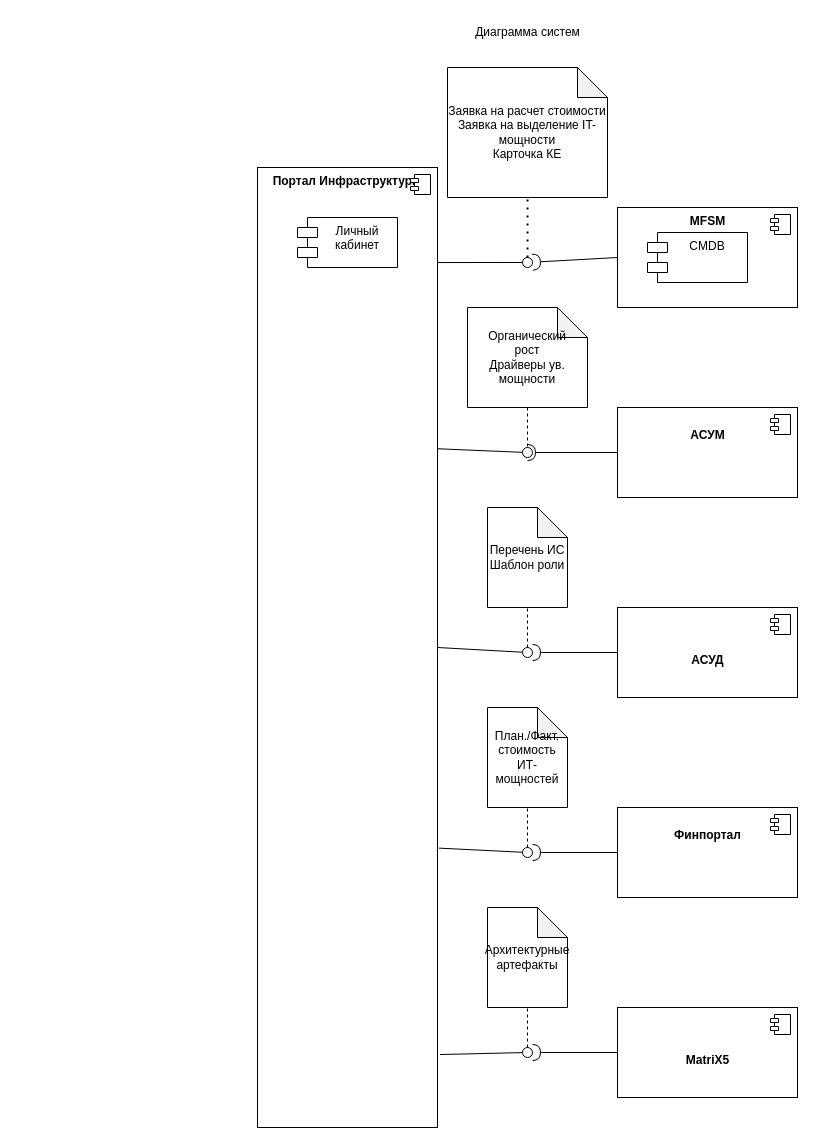
Before: Component.drawio in Tonop/X5, a draw.io diagram. Source tidied: cells renumbered, new cells numbered last; positions are measured from the earlier drawing's top-left corner, leaving out a move shared by most shapes. Both pictures are drawn from the tidied source at 100%, with x=0, y=0 at pixel (257, 17).
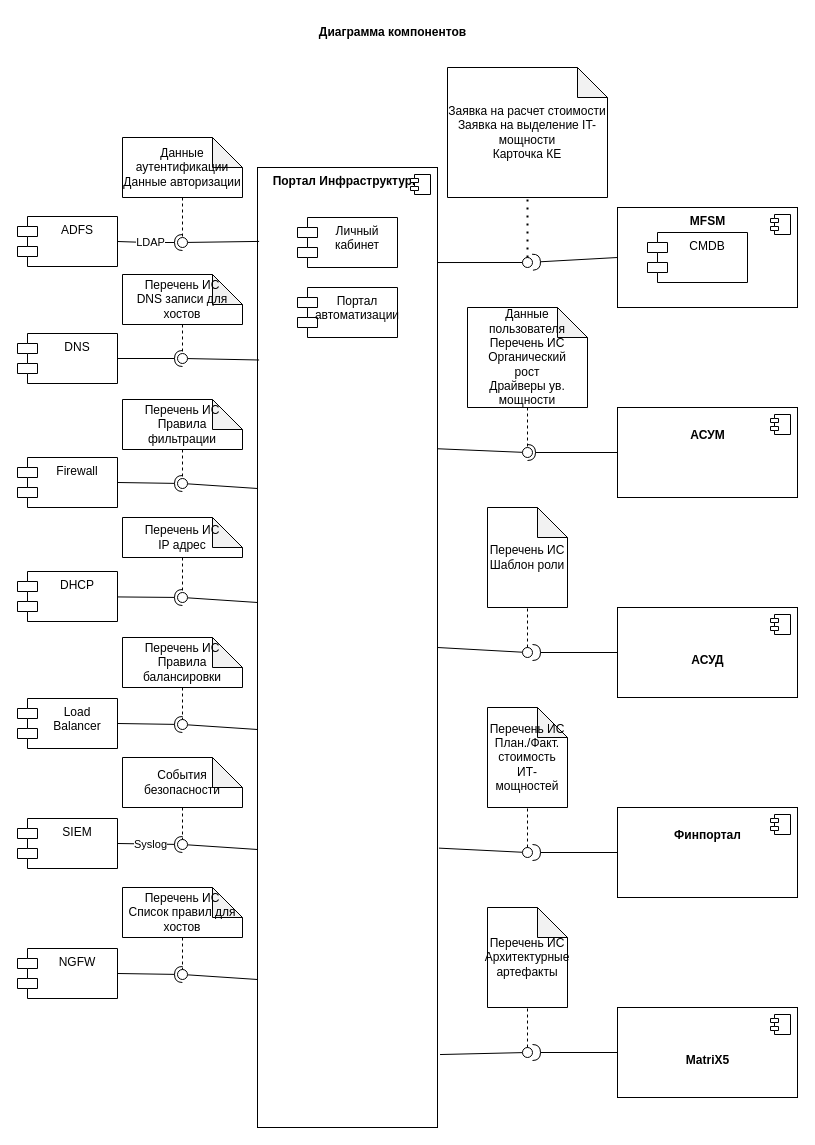
The same page after the edit.

Unchanged cells that the change refers to:
```xml
<mxCell id="2" value="&lt;b&gt;Портал Инфраструктуры&lt;br&gt;&lt;/b&gt;" style="html=1;labelPosition=center;verticalLabelPosition=middle;align=center;verticalAlign=top;" parent="1" vertex="1">
  <mxGeometry y="150" width="180" height="960" as="geometry" />
</mxCell>
```

The edit, as a diff of the source:
```diff
@@
-    <mxCell id="18" value="Органический&lt;br&gt;рост&lt;br&gt;Драйверы ув.&lt;br&gt;мощности" style="shape=note;whiteSpace=wrap;html=1;backgroundOutline=1;darkOpacity=0.05;" parent="1" vertex="1">
+    <mxCell id="18" value="Данные пользователя&lt;br&gt;Перечень ИС&lt;br&gt;Органический&lt;br&gt;рост&lt;br&gt;Драйверы ув.&lt;br&gt;мощности" style="shape=note;whiteSpace=wrap;html=1;backgroundOutline=1;darkOpacity=0.05;" parent="1" vertex="1">
       <mxGeometry x="210" y="290" width="120" height="100" as="geometry" />
     </mxCell>
@@
-    <mxCell id="32" value="План./Факт.&lt;br&gt;стоимость ИТ-мощностей" style="shape=note;whiteSpace=wrap;html=1;backgroundOutline=1;darkOpacity=0.05;" parent="1" vertex="1">
+    <mxCell id="32" value="Перечень ИС&lt;br&gt;План./Факт.&lt;br&gt;стоимость ИТ-мощностей" style="shape=note;whiteSpace=wrap;html=1;backgroundOutline=1;darkOpacity=0.05;" parent="1" vertex="1">
       <mxGeometry x="230" y="690" width="80" height="100" as="geometry" />
     </mxCell>
@@
-    <mxCell id="39" value="Архитектурные артефакты" style="shape=note;whiteSpace=wrap;html=1;backgroundOutline=1;darkOpacity=0.05;" parent="1" vertex="1">
+    <mxCell id="39" value="Перечень ИС&lt;br&gt;Архитектурные артефакты" style="shape=note;whiteSpace=wrap;html=1;backgroundOutline=1;darkOpacity=0.05;" parent="1" vertex="1">
       <mxGeometry x="230" y="890" width="80" height="100" as="geometry" />
     </mxCell>
@@
-    <mxCell id="41" value="Диаграмма систем" style="text;html=1;align=center;verticalAlign=middle;fillColor=none;strokeColor=none;rounded=0;" parent="1" vertex="1">
-      <mxGeometry x="205" width="130" height="30" as="geometry" />
+    <mxCell id="41" value="&lt;b&gt;Диаграмма компонентов&lt;/b&gt;" style="text;html=1;align=center;verticalAlign=middle;fillColor=none;strokeColor=none;rounded=0;" parent="1" vertex="1">
+      <mxGeometry x="50" width="170" height="30" as="geometry" />
     </mxCell>
+    <mxCell id="42" value="Портал &#10;автоматизации" style="shape=module;align=left;spacingLeft=20;align=center;verticalAlign=top;" parent="1" vertex="1">
+      <mxGeometry x="40" y="270" width="100" height="50" as="geometry" />
+    </mxCell>
+    <mxCell id="43" value="ADFS" style="shape=module;align=left;spacingLeft=20;align=center;verticalAlign=top;" parent="1" vertex="1">
+      <mxGeometry x="-240" y="199" width="100" height="50" as="geometry" />
+    </mxCell>
+    <mxCell id="44" style="rounded=0;jettySize=auto;html=1;endArrow=none;endFill=0;sketch=0;sourcePerimeterSpacing=0;targetPerimeterSpacing=0;exitX=0.009;exitY=0.077;exitDx=0;exitDy=0;exitPerimeter=0;" parent="1" edge="1" source="2" target="46">
+      <mxGeometry relative="1" as="geometry" />
+    </mxCell>
+    <mxCell id="45" value="LDAP" style="rounded=0;jettySize=auto;html=1;endArrow=halfCircle;endFill=0;entryX=0.5;entryY=0.5;endSize=6;strokeWidth=1;sketch=0;exitX=1;exitY=0.5;exitDx=0;exitDy=0;" parent="1" edge="1" source="43" target="46">
+      <mxGeometry relative="1" as="geometry">
+        <Array as="points">
+          <mxPoint x="-110" y="225" />
+        </Array>
+      </mxGeometry>
+    </mxCell>
+    <mxCell id="46" style="ellipse;whiteSpace=wrap;html=1;align=center;points=[];outlineConnect=0;sketch=0;" parent="1" vertex="1">
+      <mxGeometry x="-80" y="220" width="10" height="10" as="geometry" />
+    </mxCell>
+    <mxCell id="47" value="Данные аутентификации&lt;br&gt;Данные авторизации" style="shape=note;whiteSpace=wrap;html=1;backgroundOutline=1;darkOpacity=0.05;" parent="1" vertex="1">
+      <mxGeometry x="-135" y="120" width="120" height="60" as="geometry" />
+    </mxCell>
+    <mxCell id="48" style="endArrow=none;dashed=1;html=1;rounded=0;exitX=0.5;exitY=1;exitDx=0;exitDy=0;exitPerimeter=0;" parent="1" edge="1" source="47" target="46">
+      <mxGeometry relative="1" as="geometry" />
+    </mxCell>
+    <mxCell id="49" value="DNS" style="shape=module;align=left;spacingLeft=20;align=center;verticalAlign=top;" parent="1" vertex="1">
+      <mxGeometry x="-240" y="316" width="100" height="50" as="geometry" />
+    </mxCell>
+    <mxCell id="50" style="rounded=0;jettySize=auto;html=1;endArrow=none;endFill=0;sketch=0;sourcePerimeterSpacing=0;targetPerimeterSpacing=0;exitX=0.009;exitY=0.288;exitDx=0;exitDy=0;exitPerimeter=0;" parent="1" edge="1" target="52">
+      <mxGeometry relative="1" as="geometry">
+        <mxPoint x="1.6" y="342.5" as="sourcePoint" />
+      </mxGeometry>
+    </mxCell>
+    <mxCell id="51" style="rounded=0;jettySize=auto;html=1;endArrow=halfCircle;endFill=0;entryX=0.5;entryY=0.5;endSize=6;strokeWidth=1;sketch=0;exitX=1;exitY=0.5;exitDx=0;exitDy=0;" parent="1" edge="1" source="49" target="52">
+      <mxGeometry relative="1" as="geometry" />
+    </mxCell>
+    <mxCell id="52" style="ellipse;whiteSpace=wrap;html=1;align=center;points=[];outlineConnect=0;sketch=0;" parent="1" vertex="1">
+      <mxGeometry x="-80" y="336" width="10" height="10" as="geometry" />
+    </mxCell>
+    <mxCell id="53" value="Перечень ИС&lt;br&gt;DNS записи для хостов" style="shape=note;whiteSpace=wrap;html=1;backgroundOutline=1;darkOpacity=0.05;" parent="1" vertex="1">
+      <mxGeometry x="-135" y="257" width="120" height="50" as="geometry" />
+    </mxCell>
+    <mxCell id="54" style="endArrow=none;dashed=1;html=1;rounded=0;exitX=0.5;exitY=1;exitDx=0;exitDy=0;exitPerimeter=0;" parent="1" edge="1" source="53" target="52">
+      <mxGeometry relative="1" as="geometry" />
+    </mxCell>
+    <mxCell id="55" value="Firewall" style="shape=module;align=left;spacingLeft=20;align=center;verticalAlign=top;" parent="1" vertex="1">
+      <mxGeometry x="-240" y="440" width="100" height="50" as="geometry" />
+    </mxCell>
+    <mxCell id="56" style="rounded=0;jettySize=auto;html=1;endArrow=none;endFill=0;sketch=0;sourcePerimeterSpacing=0;targetPerimeterSpacing=0;exitX=0;exitY=0.5;exitDx=0;exitDy=0;" parent="1" edge="1" target="58">
+      <mxGeometry relative="1" as="geometry">
+        <mxPoint y="471" as="sourcePoint" />
+      </mxGeometry>
+    </mxCell>
+    <mxCell id="57" style="rounded=0;jettySize=auto;html=1;endArrow=halfCircle;endFill=0;entryX=0.5;entryY=0.5;endSize=6;strokeWidth=1;sketch=0;exitX=1;exitY=0.5;exitDx=0;exitDy=0;" parent="1" edge="1" source="55" target="58">
+      <mxGeometry relative="1" as="geometry" />
+    </mxCell>
+    <mxCell id="58" style="ellipse;whiteSpace=wrap;html=1;align=center;points=[];outlineConnect=0;sketch=0;" parent="1" vertex="1">
+      <mxGeometry x="-80" y="461" width="10" height="10" as="geometry" />
+    </mxCell>
+    <mxCell id="59" value="Перечень ИС&lt;br&gt;Правила фильтрации&lt;br&gt;" style="shape=note;whiteSpace=wrap;html=1;backgroundOutline=1;darkOpacity=0.05;" parent="1" vertex="1">
+      <mxGeometry x="-135" y="382" width="120" height="50" as="geometry" />
+    </mxCell>
+    <mxCell id="60" style="endArrow=none;dashed=1;html=1;rounded=0;exitX=0.5;exitY=1;exitDx=0;exitDy=0;exitPerimeter=0;" parent="1" edge="1" source="59" target="58">
+      <mxGeometry relative="1" as="geometry" />
+    </mxCell>
+    <mxCell id="61" value="DHCP" style="shape=module;align=left;spacingLeft=20;align=center;verticalAlign=top;" parent="1" vertex="1">
+      <mxGeometry x="-240" y="554" width="100" height="50" as="geometry" />
+    </mxCell>
+    <mxCell id="62" style="rounded=0;jettySize=auto;html=1;endArrow=none;endFill=0;sketch=0;sourcePerimeterSpacing=0;targetPerimeterSpacing=0;exitX=0;exitY=0.5;exitDx=0;exitDy=0;" parent="1" edge="1" target="64">
+      <mxGeometry relative="1" as="geometry">
+        <mxPoint y="585" as="sourcePoint" />
+      </mxGeometry>
+    </mxCell>
+    <mxCell id="63" style="rounded=0;jettySize=auto;html=1;endArrow=halfCircle;endFill=0;entryX=0.5;entryY=0.5;endSize=6;strokeWidth=1;sketch=0;" parent="1" edge="1" source="61" target="64">
+      <mxGeometry relative="1" as="geometry" />
+    </mxCell>
+    <mxCell id="64" style="ellipse;whiteSpace=wrap;html=1;align=center;points=[];outlineConnect=0;sketch=0;" parent="1" vertex="1">
+      <mxGeometry x="-80" y="575" width="10" height="10" as="geometry" />
+    </mxCell>
+    <mxCell id="65" value="Перечень ИС&lt;br&gt;IP адрес" style="shape=note;whiteSpace=wrap;html=1;backgroundOutline=1;darkOpacity=0.05;" parent="1" vertex="1">
+      <mxGeometry x="-135" y="500" width="120" height="40" as="geometry" />
+    </mxCell>
+    <mxCell id="66" style="endArrow=none;dashed=1;html=1;rounded=0;exitX=0.5;exitY=1;exitDx=0;exitDy=0;exitPerimeter=0;" parent="1" edge="1" source="65" target="64">
+      <mxGeometry relative="1" as="geometry" />
+    </mxCell>
+    <mxCell id="67" value="Load &#10;Balancer" style="shape=module;align=left;spacingLeft=20;align=center;verticalAlign=top;" parent="1" vertex="1">
+      <mxGeometry x="-240" y="681" width="100" height="50" as="geometry" />
+    </mxCell>
+    <mxCell id="68" style="rounded=0;jettySize=auto;html=1;endArrow=none;endFill=0;sketch=0;sourcePerimeterSpacing=0;targetPerimeterSpacing=0;exitX=0;exitY=0.5;exitDx=0;exitDy=0;" parent="1" edge="1" target="70">
+      <mxGeometry relative="1" as="geometry">
+        <mxPoint y="712" as="sourcePoint" />
+      </mxGeometry>
+    </mxCell>
+    <mxCell id="69" style="rounded=0;jettySize=auto;html=1;endArrow=halfCircle;endFill=0;entryX=0.5;entryY=0.5;endSize=6;strokeWidth=1;sketch=0;exitX=1;exitY=0.5;exitDx=0;exitDy=0;" parent="1" edge="1" source="67" target="70">
+      <mxGeometry relative="1" as="geometry" />
+    </mxCell>
+    <mxCell id="70" style="ellipse;whiteSpace=wrap;html=1;align=center;points=[];outlineConnect=0;sketch=0;" parent="1" vertex="1">
+      <mxGeometry x="-80" y="702" width="10" height="10" as="geometry" />
+    </mxCell>
+    <mxCell id="71" value="Перечень ИС&lt;br&gt;Правила балансировки" style="shape=note;whiteSpace=wrap;html=1;backgroundOutline=1;darkOpacity=0.05;" parent="1" vertex="1">
+      <mxGeometry x="-135" y="620" width="120" height="50" as="geometry" />
+    </mxCell>
+    <mxCell id="72" style="endArrow=none;dashed=1;html=1;rounded=0;exitX=0.5;exitY=1;exitDx=0;exitDy=0;exitPerimeter=0;" parent="1" edge="1" source="71" target="70">
+      <mxGeometry relative="1" as="geometry" />
+    </mxCell>
+    <mxCell id="73" value="SIEM" style="shape=module;align=left;spacingLeft=20;align=center;verticalAlign=top;" parent="1" vertex="1">
+      <mxGeometry x="-240" y="801" width="100" height="50" as="geometry" />
+    </mxCell>
+    <mxCell id="74" style="rounded=0;jettySize=auto;html=1;endArrow=none;endFill=0;sketch=0;sourcePerimeterSpacing=0;targetPerimeterSpacing=0;exitX=0;exitY=0.5;exitDx=0;exitDy=0;" parent="1" edge="1" target="76">
+      <mxGeometry relative="1" as="geometry">
+        <mxPoint y="832" as="sourcePoint" />
+      </mxGeometry>
+    </mxCell>
+    <mxCell id="75" value="Syslog" style="rounded=0;jettySize=auto;html=1;endArrow=halfCircle;endFill=0;entryX=0.5;entryY=0.5;endSize=6;strokeWidth=1;sketch=0;exitX=1;exitY=0.5;exitDx=0;exitDy=0;" parent="1" edge="1" source="73" target="76">
+      <mxGeometry relative="1" as="geometry" />
+    </mxCell>
+    <mxCell id="76" style="ellipse;whiteSpace=wrap;html=1;align=center;points=[];outlineConnect=0;sketch=0;" parent="1" vertex="1">
+      <mxGeometry x="-80" y="822" width="10" height="10" as="geometry" />
+    </mxCell>
+    <mxCell id="77" value="События безопасности" style="shape=note;whiteSpace=wrap;html=1;backgroundOutline=1;darkOpacity=0.05;" parent="1" vertex="1">
+      <mxGeometry x="-135" y="740" width="120" height="50" as="geometry" />
+    </mxCell>
+    <mxCell id="78" style="endArrow=none;dashed=1;html=1;rounded=0;exitX=0.5;exitY=1;exitDx=0;exitDy=0;exitPerimeter=0;" parent="1" edge="1" source="77" target="76">
+      <mxGeometry relative="1" as="geometry" />
+    </mxCell>
+    <mxCell id="79" value="NGFW" style="shape=module;align=left;spacingLeft=20;align=center;verticalAlign=top;" parent="1" vertex="1">
+      <mxGeometry x="-240" y="931" width="100" height="50" as="geometry" />
+    </mxCell>
+    <mxCell id="80" style="rounded=0;jettySize=auto;html=1;endArrow=none;endFill=0;sketch=0;sourcePerimeterSpacing=0;targetPerimeterSpacing=0;exitX=0;exitY=0.5;exitDx=0;exitDy=0;" parent="1" edge="1" target="82">
+      <mxGeometry relative="1" as="geometry">
+        <mxPoint y="962" as="sourcePoint" />
+      </mxGeometry>
+    </mxCell>
+    <mxCell id="81" style="rounded=0;jettySize=auto;html=1;endArrow=halfCircle;endFill=0;entryX=0.5;entryY=0.5;endSize=6;strokeWidth=1;sketch=0;exitX=1;exitY=0.5;exitDx=0;exitDy=0;" parent="1" edge="1" source="79" target="82">
+      <mxGeometry x="0.54" y="-3" relative="1" as="geometry" />
+    </mxCell>
+    <mxCell id="82" style="ellipse;whiteSpace=wrap;html=1;align=center;points=[];outlineConnect=0;sketch=0;" parent="1" vertex="1">
+      <mxGeometry x="-80" y="952" width="10" height="10" as="geometry" />
+    </mxCell>
+    <mxCell id="83" value="Перечень ИС&lt;br&gt;Список правил для хостов" style="shape=note;whiteSpace=wrap;html=1;backgroundOutline=1;darkOpacity=0.05;" parent="1" vertex="1">
+      <mxGeometry x="-135" y="870" width="120" height="50" as="geometry" />
+    </mxCell>
+    <mxCell id="84" style="endArrow=none;dashed=1;html=1;rounded=0;exitX=0.5;exitY=1;exitDx=0;exitDy=0;exitPerimeter=0;" parent="1" edge="1" source="83" target="82">
+      <mxGeometry relative="1" as="geometry" />
+    </mxCell>
```
